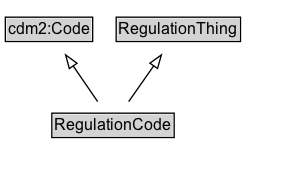
Earlier version of the Graphviz export docs/diagrams/RegulationCode.dot.png (k-vaughn/ontology-its-regulation). Its source is kept beside it as docs/diagrams/RegulationCode.dot. The source it was exported from:
```dot
digraph {
	graph [overlap=false rankdir=TB splines=true]
	node [fontname=Arial fontsize=12 margin=0 shape=none]
	edge [fontname=Arial fontsize=11]
	{
		rank=source
		cdm2_Code [label=<<TABLE BORDER="1" CELLBORDER="0" CELLSPACING="0" CELLPADDING="1"><TR><TD BGCOLOR="lightgray" ALIGN="CENTER">cdm2:Code</TD></TR></TABLE>> URL="https://w3id.org/citydata/part2/v1/Code" margin=0]
		RegulationThing [label=<<TABLE BORDER="1" CELLBORDER="0" CELLSPACING="0" CELLPADDING="1"><TR><TD BGCOLOR="lightgray" ALIGN="CENTER">RegulationThing</TD></TR></TABLE>> URL="../RegulationThing" margin=0]
	}
	RegulationCode [label=<<TABLE BORDER="1" CELLBORDER="0" CELLSPACING="0" CELLPADDING="1"><TR><TD BGCOLOR="lightgray" ALIGN="CENTER">RegulationCode</TD></TR></TABLE>> URL="../RegulationCode" margin=0]
	{
		rank=max
	}
	subgraph cluster_associated {
		label="" style=invis
		Invis [label=<<TABLE BORDER="0" CELLBORDER="0" CELLSPACING="0" CELLPADDING="1"><TR><TD></TD></TR></TABLE>> margin=0 style=invis]
	}
	RegulationCode -> cdm2_Code [arrowhead=onormal style=solid]
	RegulationCode -> RegulationThing [arrowhead=onormal style=solid]
}
```
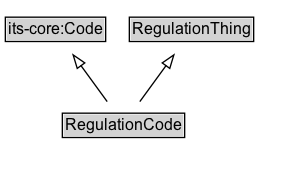
After the commit.

The edit, as a diff of the source:
```diff
@@ -4,7 +4,7 @@
 	edge [fontname=Arial fontsize=11]
 	{
 		rank=source
-		cdm2_Code [label=<<TABLE BORDER="1" CELLBORDER="0" CELLSPACING="0" CELLPADDING="1"><TR><TD BGCOLOR="lightgray" ALIGN="CENTER">cdm2:Code</TD></TR></TABLE>> URL="https://w3id.org/citydata/part2/v1/Code" margin=0]
+		"its-core_Code" [label=<<TABLE BORDER="1" CELLBORDER="0" CELLSPACING="0" CELLPADDING="1"><TR><TD BGCOLOR="lightgray" ALIGN="CENTER">its-core:Code</TD></TR></TABLE>> URL="https://w3id.org/itsdata/core/v1/Code" margin=0]
 		RegulationThing [label=<<TABLE BORDER="1" CELLBORDER="0" CELLSPACING="0" CELLPADDING="1"><TR><TD BGCOLOR="lightgray" ALIGN="CENTER">RegulationThing</TD></TR></TABLE>> URL="../RegulationThing" margin=0]
 	}
 	RegulationCode [label=<<TABLE BORDER="1" CELLBORDER="0" CELLSPACING="0" CELLPADDING="1"><TR><TD BGCOLOR="lightgray" ALIGN="CENTER">RegulationCode</TD></TR></TABLE>> URL="../RegulationCode" margin=0]
@@ -15,6 +15,6 @@
 		label="" style=invis
 		Invis [label=<<TABLE BORDER="0" CELLBORDER="0" CELLSPACING="0" CELLPADDING="1"><TR><TD></TD></TR></TABLE>> margin=0 style=invis]
 	}
-	RegulationCode -> cdm2_Code [arrowhead=onormal style=solid]
+	RegulationCode -> "its-core_Code" [arrowhead=onormal style=solid]
 	RegulationCode -> RegulationThing [arrowhead=onormal style=solid]
 }
```
